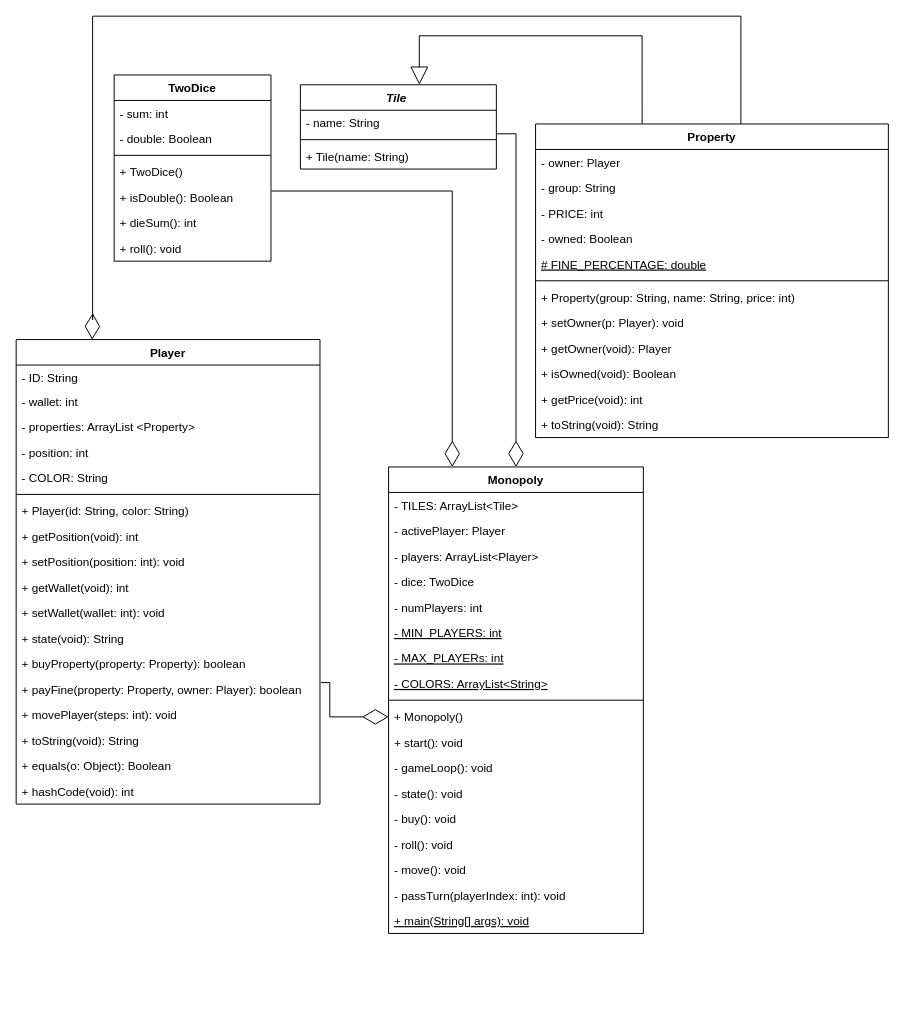
This is MonoplyMilestone1.drawio from MiniEinsteinD/MonopolyGame, a draw.io file, before an edit. Source tidied: cells renumbered, new cells numbered last; positions are measured from the earlier drawing's top-left corner, leaving out a move shared by most shapes. Both pictures are drawn from the tidied source at 98%, with x=0, y=0 at pixel (16, 16).
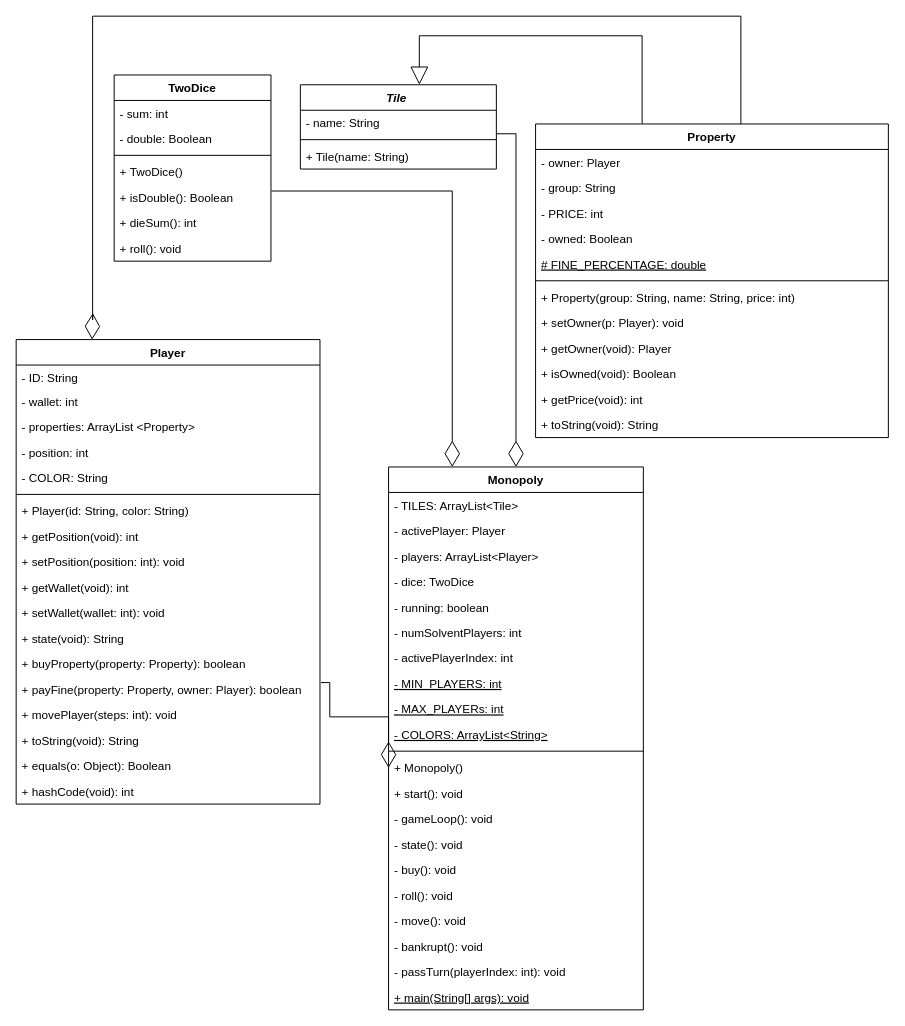
The same diagram, later.

Diff of the diagram source:
```diff
@@
     <mxCell id="38" value="Monopoly" style="swimlane;fontStyle=1;align=center;verticalAlign=top;horizontal=1;startSize=26;" parent="1" vertex="1">
-      <mxGeometry x="380" y="460" width="260" height="476" as="geometry" />
+      <mxGeometry x="380" y="460" width="260" height="554" as="geometry" />
     </mxCell>
@@
+    <mxCell id="70" value="- running: boolean" style="text;strokeColor=none;fillColor=none;align=left;verticalAlign=top;spacingLeft=4;spacingRight=4;overflow=hidden;" parent="38" vertex="1">
+      <mxGeometry y="130" width="260" height="26" as="geometry" />
+    </mxCell>
-    <mxCell id="43" value="- numPlayers: int" style="text;strokeColor=none;fillColor=none;align=left;verticalAlign=top;spacingLeft=4;spacingRight=4;overflow=hidden;" parent="38" vertex="1">
-      <mxGeometry y="130" width="260" height="26" as="geometry" />
+    <mxCell id="43" value="- numSolventPlayers: int" style="text;strokeColor=none;fillColor=none;align=left;verticalAlign=top;spacingLeft=4;spacingRight=4;overflow=hidden;" parent="38" vertex="1">
+      <mxGeometry y="156" width="260" height="26" as="geometry" />
     </mxCell>
+    <mxCell id="71" value="- activePlayerIndex: int" style="text;strokeColor=none;fillColor=none;align=left;verticalAlign=top;spacingLeft=4;spacingRight=4;overflow=hidden;" parent="38" vertex="1">
+      <mxGeometry y="182" width="260" height="26" as="geometry" />
+    </mxCell>
     <mxCell id="44" value="- MIN_PLAYERS: int" style="text;strokeColor=none;fillColor=none;align=left;verticalAlign=top;spacingLeft=4;spacingRight=4;overflow=hidden;fontStyle=4;" parent="38" vertex="1">
-      <mxGeometry y="156" width="260" height="26" as="geometry" />
+      <mxGeometry y="208" width="260" height="26" as="geometry" />
     </mxCell>
     <mxCell id="45" value="- MAX_PLAYERs: int" style="text;strokeColor=none;fillColor=none;align=left;verticalAlign=top;spacingLeft=4;spacingRight=4;overflow=hidden;fontStyle=4;" parent="38" vertex="1">
-      <mxGeometry y="182" width="260" height="26" as="geometry" />
+      <mxGeometry y="234" width="260" height="26" as="geometry" />
     </mxCell>
     <mxCell id="46" value="- COLORS: ArrayList&lt;String&gt;" style="text;strokeColor=none;fillColor=none;align=left;verticalAlign=top;spacingLeft=4;spacingRight=4;overflow=hidden;fontStyle=4;" parent="38" vertex="1">
-      <mxGeometry y="208" width="260" height="26" as="geometry" />
+      <mxGeometry y="260" width="260" height="26" as="geometry" />
     </mxCell>
     <mxCell id="47" style="line;strokeWidth=1;fillColor=none;align=left;verticalAlign=middle;spacingTop=-1;spacingLeft=3;spacingRight=3;labelPosition=right;" parent="38" vertex="1">
-      <mxGeometry y="234" width="260" height="8" as="geometry" />
+      <mxGeometry y="286" width="260" height="8" as="geometry" />
     </mxCell>
     <mxCell id="48" value="+ Monopoly()" style="text;strokeColor=none;fillColor=none;align=left;verticalAlign=top;spacingLeft=4;spacingRight=4;overflow=hidden;points=[[0,0.5],[1,0.5]];portConstraint=eastwest;" parent="38" vertex="1">
-      <mxGeometry y="242" width="260" height="26" as="geometry" />
+      <mxGeometry y="294" width="260" height="26" as="geometry" />
     </mxCell>
     <mxCell id="49" value="+ start(): void" style="text;strokeColor=none;fillColor=none;align=left;verticalAlign=top;spacingLeft=4;spacingRight=4;overflow=hidden;" parent="38" vertex="1">
-      <mxGeometry y="268" width="260" height="26" as="geometry" />
+      <mxGeometry y="320" width="260" height="26" as="geometry" />
     </mxCell>
     <mxCell id="50" value="- gameLoop(): void" style="text;strokeColor=none;fillColor=none;align=left;verticalAlign=top;spacingLeft=4;spacingRight=4;overflow=hidden;" parent="38" vertex="1">
-      <mxGeometry y="294" width="260" height="26" as="geometry" />
+      <mxGeometry y="346" width="260" height="26" as="geometry" />
     </mxCell>
     <mxCell id="51" value="- state(): void" style="text;strokeColor=none;fillColor=none;align=left;verticalAlign=top;spacingLeft=4;spacingRight=4;overflow=hidden;" parent="38" vertex="1">
-      <mxGeometry y="320" width="260" height="26" as="geometry" />
+      <mxGeometry y="372" width="260" height="26" as="geometry" />
     </mxCell>
     <mxCell id="52" value="- buy(): void" style="text;strokeColor=none;fillColor=none;align=left;verticalAlign=top;spacingLeft=4;spacingRight=4;overflow=hidden;" parent="38" vertex="1">
-      <mxGeometry y="346" width="260" height="26" as="geometry" />
+      <mxGeometry y="398" width="260" height="26" as="geometry" />
     </mxCell>
     <mxCell id="53" value="- roll(): void " style="text;strokeColor=none;fillColor=none;align=left;verticalAlign=top;spacingLeft=4;spacingRight=4;overflow=hidden;" parent="38" vertex="1">
-      <mxGeometry y="372" width="260" height="26" as="geometry" />
+      <mxGeometry y="424" width="260" height="26" as="geometry" />
     </mxCell>
     <mxCell id="54" value="- move(): void" style="text;strokeColor=none;fillColor=none;align=left;verticalAlign=top;spacingLeft=4;spacingRight=4;overflow=hidden;" parent="38" vertex="1">
-      <mxGeometry y="398" width="260" height="26" as="geometry" />
+      <mxGeometry y="450" width="260" height="26" as="geometry" />
     </mxCell>
+    <mxCell id="72" value="- bankrupt(): void" style="text;strokeColor=none;fillColor=none;align=left;verticalAlign=top;spacingLeft=4;spacingRight=4;overflow=hidden;" parent="38" vertex="1">
+      <mxGeometry y="476" width="260" height="26" as="geometry" />
+    </mxCell>
     <mxCell id="55" value="- passTurn(playerIndex: int): void " style="text;strokeColor=none;fillColor=none;align=left;verticalAlign=top;spacingLeft=4;spacingRight=4;overflow=hidden;" parent="38" vertex="1">
-      <mxGeometry y="424" width="260" height="26" as="geometry" />
+      <mxGeometry y="502" width="260" height="26" as="geometry" />
     </mxCell>
     <mxCell id="56" value="+ main(String[] args): void" style="text;strokeColor=none;fillColor=none;align=left;verticalAlign=top;spacingLeft=4;spacingRight=4;overflow=hidden;fontStyle=4;" parent="38" vertex="1">
-      <mxGeometry y="450" width="260" height="26" as="geometry" />
+      <mxGeometry y="528" width="260" height="26" as="geometry" />
     </mxCell>
```
